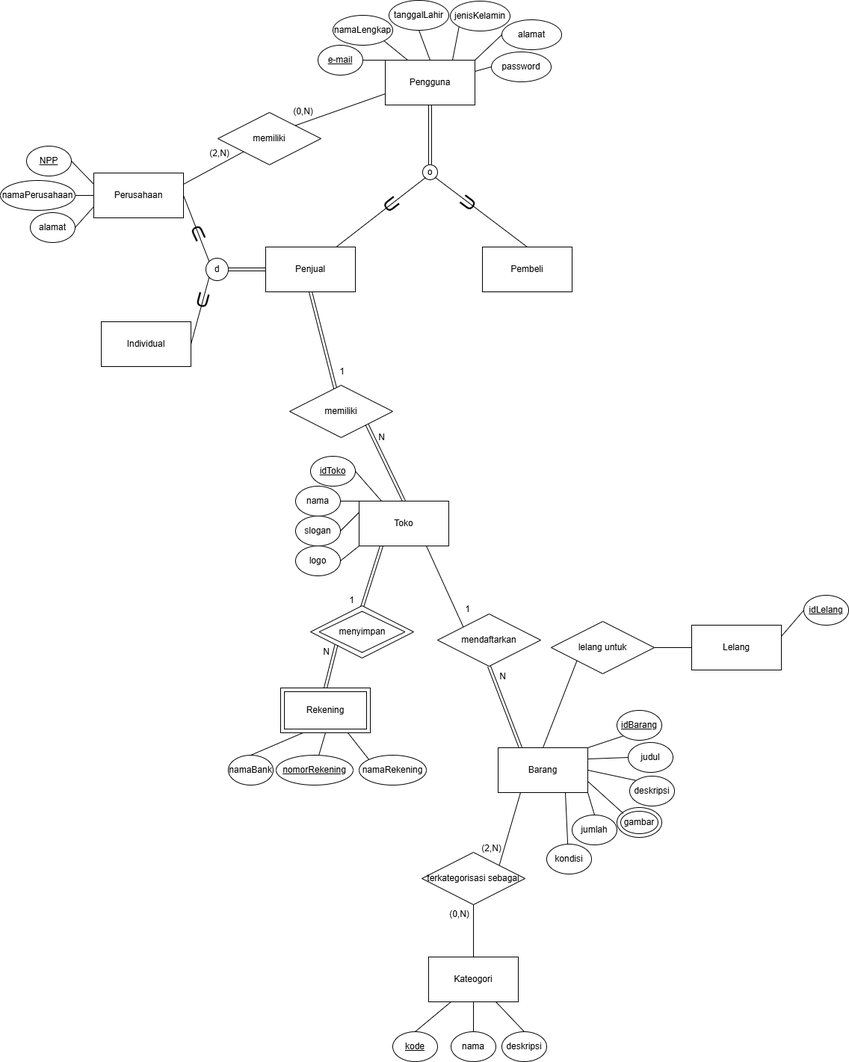
Earlier version of the draw.io export ti1_basdat.drawio.png (anthef/anthef). Source tidied: cells renumbered, new cells last; positions are measured from the earlier drawing's top-left corner, leaving out a move shared by most shapes.
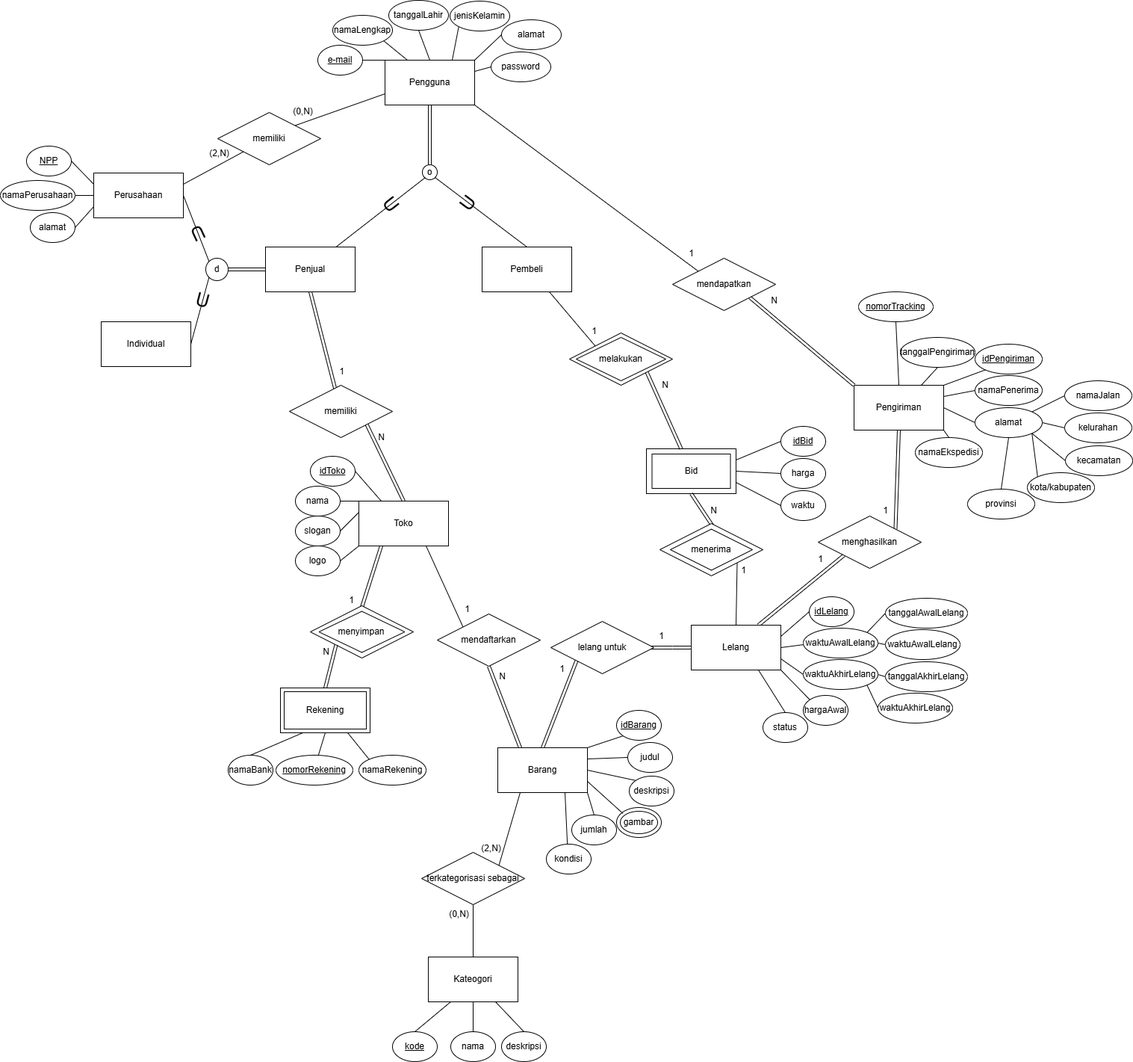
Above is the later version.

What changed in the source:
```diff
@@ -59,6 +59,9 @@
     <mxCell id="20" value="Penjual" style="rounded=0;whiteSpace=wrap;html=1;" parent="1" vertex="1">
       <mxGeometry x="355" y="330" width="120" height="60" as="geometry" />
     </mxCell>
+    <mxCell id="110" style="rounded=0;jettySize=auto;html=1;exitX=0.75;exitY=1;exitDx=0;exitDy=0;entryX=0;entryY=0;entryDx=0;entryDy=0;endArrow=none;startFill=0;" parent="1" edge="1" source="21" target="141">
+      <mxGeometry relative="1" as="geometry" />
+    </mxCell>
     <mxCell id="21" value="Pembeli" style="rounded=0;whiteSpace=wrap;html=1;" parent="1" vertex="1">
       <mxGeometry x="645" y="330" width="120" height="60" as="geometry" />
     </mxCell>
@@ -244,7 +247,7 @@
     <mxCell id="80" style="rounded=0;jettySize=auto;html=1;exitX=0.25;exitY=1;exitDx=0;exitDy=0;entryX=1;entryY=0;entryDx=0;entryDy=0;endArrow=none;startFill=0;" parent="1" edge="1" source="82" target="94">
       <mxGeometry relative="1" as="geometry" />
     </mxCell>
-    <mxCell id="81" style="rounded=0;jettySize=auto;html=1;exitX=0.5;exitY=0;exitDx=0;exitDy=0;entryX=0;entryY=1;entryDx=0;entryDy=0;endArrow=none;startFill=0;" parent="1" edge="1" source="82" target="106">
+    <mxCell id="81" style="rounded=0;jettySize=auto;html=1;exitX=0.5;exitY=0;exitDx=0;exitDy=0;entryX=0;entryY=1;entryDx=0;entryDy=0;endArrow=none;startFill=0;shape=link;" parent="1" edge="1" source="82" target="106">
       <mxGeometry relative="1" as="geometry" />
     </mxCell>
     <mxCell id="82" value="Barang" style="rounded=0;whiteSpace=wrap;html=1;" parent="1" vertex="1">
@@ -316,7 +319,7 @@
     <mxCell id="104" value="deskripsi" style="ellipse;whiteSpace=wrap;html=1;" parent="1" vertex="1">
       <mxGeometry x="671" y="1380" width="60" height="40" as="geometry" />
     </mxCell>
-    <mxCell id="105" style="edgeStyle=orthogonalEdgeStyle;rounded=0;jettySize=auto;html=1;exitX=1;exitY=0.5;exitDx=0;exitDy=0;entryX=0;entryY=0.5;entryDx=0;entryDy=0;endArrow=none;startFill=0;" parent="1" edge="1" source="106" target="108">
+    <mxCell id="105" style="edgeStyle=orthogonalEdgeStyle;rounded=0;jettySize=auto;html=1;exitX=0.968;exitY=0.501;exitDx=0;exitDy=0;entryX=0;entryY=0.5;entryDx=0;entryDy=0;endArrow=none;startFill=0;shape=link;exitPerimeter=0;" parent="1" edge="1" source="106" target="108">
       <mxGeometry relative="1" as="geometry" />
     </mxCell>
     <mxCell id="106" value="lelang untuk" style="rhombus;whiteSpace=wrap;html=1;" parent="1" vertex="1">
@@ -325,11 +328,221 @@
     <mxCell id="107" style="rounded=0;jettySize=auto;html=1;exitX=1;exitY=0.25;exitDx=0;exitDy=0;entryX=0;entryY=0.5;entryDx=0;entryDy=0;endArrow=none;startFill=0;" parent="1" edge="1" source="108" target="109">
       <mxGeometry relative="1" as="geometry" />
     </mxCell>
+    <mxCell id="111" style="rounded=0;jettySize=auto;html=1;exitX=1;exitY=0.5;exitDx=0;exitDy=0;endArrow=none;startFill=0;" parent="1" edge="1" source="108" target="118">
+      <mxGeometry relative="1" as="geometry" />
+    </mxCell>
+    <mxCell id="112" style="rounded=0;jettySize=auto;html=1;exitX=1;exitY=0.75;exitDx=0;exitDy=0;entryX=0;entryY=0.5;entryDx=0;entryDy=0;endArrow=none;startFill=0;" parent="1" edge="1" source="108" target="121">
+      <mxGeometry relative="1" as="geometry" />
+    </mxCell>
+    <mxCell id="109" value="&lt;u&gt;idLelang&lt;/u&gt;" style="ellipse;whiteSpace=wrap;html=1;" parent="1" vertex="1">
+      <mxGeometry x="1083" y="798" width="60" height="40" as="geometry" />
+    </mxCell>
+    <mxCell id="113" style="rounded=0;jettySize=auto;html=1;exitX=0.75;exitY=1;exitDx=0;exitDy=0;entryX=0.5;entryY=0;entryDx=0;entryDy=0;endArrow=none;startFill=0;" parent="1" edge="1" source="108" target="124">
+      <mxGeometry relative="1" as="geometry" />
+    </mxCell>
+    <mxCell id="114" style="rounded=0;jettySize=auto;html=1;exitX=1;exitY=0;exitDx=0;exitDy=0;entryX=0;entryY=0.5;entryDx=0;entryDy=0;endArrow=none;startFill=0;" parent="1" edge="1" source="118" target="125">
+      <mxGeometry relative="1" as="geometry" />
+    </mxCell>
+    <mxCell id="115" style="rounded=0;jettySize=auto;html=1;exitX=0.5;exitY=0;exitDx=0;exitDy=0;entryX=1;entryY=1;entryDx=0;entryDy=0;endArrow=none;startFill=0;" parent="1" edge="1" source="108" target="136">
+      <mxGeometry relative="1" as="geometry" />
+    </mxCell>
+    <mxCell id="116" style="rounded=0;jettySize=auto;html=1;exitX=1;exitY=0.5;exitDx=0;exitDy=0;entryX=0;entryY=0.5;entryDx=0;entryDy=0;endArrow=none;startFill=0;" parent="1" edge="1" source="118" target="126">
+      <mxGeometry relative="1" as="geometry" />
+    </mxCell>
+    <mxCell id="117" style="rounded=0;jettySize=auto;html=1;entryX=0;entryY=1;entryDx=0;entryDy=0;endArrow=none;startFill=0;shape=link;exitX=0.75;exitY=0;exitDx=0;exitDy=0;" parent="1" edge="1" source="108" target="150">
+      <mxGeometry relative="1" as="geometry" />
+    </mxCell>
+    <mxCell id="118" value="waktuAwalLelang" style="ellipse;whiteSpace=wrap;html=1;" parent="1" vertex="1">
+      <mxGeometry x="1075" y="840" width="100" height="40" as="geometry" />
+    </mxCell>
     <mxCell id="108" value="Lelang" style="rounded=0;whiteSpace=wrap;html=1;" parent="1" vertex="1">
       <mxGeometry x="925" y="836" width="120" height="60" as="geometry" />
     </mxCell>
-    <mxCell id="109" value="&lt;u&gt;idLelang&lt;/u&gt;" style="ellipse;whiteSpace=wrap;html=1;" parent="1" vertex="1">
-      <mxGeometry x="1075" y="796" width="60" height="40" as="geometry" />
-    </mxCell>
+    <mxCell id="119" style="rounded=0;jettySize=auto;html=1;exitX=1;exitY=1;exitDx=0;exitDy=0;entryX=0;entryY=0.5;entryDx=0;entryDy=0;endArrow=none;startFill=0;" parent="1" edge="1" source="121" target="128">
+      <mxGeometry relative="1" as="geometry" />
+    </mxCell>
+    <mxCell id="120" style="rounded=0;jettySize=auto;html=1;exitX=1;exitY=0.5;exitDx=0;exitDy=0;entryX=0;entryY=0.5;entryDx=0;entryDy=0;endArrow=none;startFill=0;" parent="1" edge="1" source="121" target="127">
+      <mxGeometry relative="1" as="geometry" />
+    </mxCell>
+    <mxCell id="121" value="waktuAkhirLelang" style="ellipse;whiteSpace=wrap;html=1;" parent="1" vertex="1">
+      <mxGeometry x="1075" y="882" width="100" height="40" as="geometry" />
+    </mxCell>
+    <mxCell id="122" style="rounded=0;jettySize=auto;html=1;exitX=1;exitY=1;exitDx=0;exitDy=0;entryX=0;entryY=0;entryDx=0;entryDy=0;endArrow=none;startFill=0;" parent="1" edge="1" source="108" target="123">
+      <mxGeometry relative="1" as="geometry" />
+    </mxCell>
+    <mxCell id="123" value="hargaAwal" style="ellipse;whiteSpace=wrap;html=1;" parent="1" vertex="1">
+      <mxGeometry x="1075" y="930" width="60" height="40" as="geometry" />
+    </mxCell>
+    <mxCell id="124" value="status" style="ellipse;whiteSpace=wrap;html=1;" parent="1" vertex="1">
+      <mxGeometry x="1021" y="953" width="60" height="40" as="geometry" />
+    </mxCell>
+    <mxCell id="125" value="tanggalAwalLelang" style="ellipse;whiteSpace=wrap;html=1;" parent="1" vertex="1">
+      <mxGeometry x="1185" y="800" width="110" height="40" as="geometry" />
+    </mxCell>
+    <mxCell id="126" value="&lt;span&gt;waktuAwalLelang&lt;/span&gt;" style="ellipse;whiteSpace=wrap;html=1;fontStyle=0;" parent="1" vertex="1">
+      <mxGeometry x="1185" y="842" width="100" height="40" as="geometry" />
+    </mxCell>
+    <mxCell id="127" value="tanggalAkhirLelang" style="ellipse;whiteSpace=wrap;html=1;" parent="1" vertex="1">
+      <mxGeometry x="1185" y="885" width="110" height="40" as="geometry" />
+    </mxCell>
+    <mxCell id="128" value="waktuAkhirLelang" style="ellipse;whiteSpace=wrap;html=1;" parent="1" vertex="1">
+      <mxGeometry x="1175" y="927" width="100" height="40" as="geometry" />
+    </mxCell>
+    <mxCell id="129" value="1" style="text;html=1;align=center;verticalAlign=middle;strokeColor=none;fillColor=none;" parent="1" vertex="1">
+      <mxGeometry x="737" y="880" width="30" height="30" as="geometry" />
+    </mxCell>
+    <mxCell id="130" value="1" style="text;html=1;align=center;verticalAlign=middle;strokeColor=none;fillColor=none;" parent="1" vertex="1">
+      <mxGeometry x="870" y="836" width="30" height="30" as="geometry" />
+    </mxCell>
+    <mxCell id="131" style="rounded=0;jettySize=auto;html=1;exitX=1;exitY=0.25;exitDx=0;exitDy=0;entryX=0;entryY=0.5;entryDx=0;entryDy=0;endArrow=none;startFill=0;" parent="1" edge="1" source="134" target="139">
+      <mxGeometry relative="1" as="geometry" />
+    </mxCell>
+    <mxCell id="132" style="rounded=0;jettySize=auto;html=1;exitX=1;exitY=0.5;exitDx=0;exitDy=0;entryX=0;entryY=0.5;entryDx=0;entryDy=0;endArrow=none;startFill=0;" parent="1" edge="1" source="134" target="146">
+      <mxGeometry relative="1" as="geometry" />
+    </mxCell>
+    <mxCell id="133" style="rounded=0;jettySize=auto;html=1;exitX=1;exitY=0.75;exitDx=0;exitDy=0;entryX=0;entryY=0.5;entryDx=0;entryDy=0;endArrow=none;startFill=0;" parent="1" edge="1" source="134" target="148">
+      <mxGeometry relative="1" as="geometry" />
+    </mxCell>
+    <mxCell id="134" value="Bid" style="rounded=0;whiteSpace=wrap;html=1;" parent="1" vertex="1">
+      <mxGeometry x="865" y="600" width="120" height="60" as="geometry" />
+    </mxCell>
+    <mxCell id="135" style="rounded=0;jettySize=auto;html=1;exitX=0.515;exitY=0.056;exitDx=0;exitDy=0;entryX=0.5;entryY=1;entryDx=0;entryDy=0;endArrow=none;startFill=0;shape=link;exitPerimeter=0;" parent="1" edge="1" source="136" target="134">
+      <mxGeometry relative="1" as="geometry" />
+    </mxCell>
+    <mxCell id="136" value="menerima" style="rhombus;whiteSpace=wrap;html=1;" parent="1" vertex="1">
+      <mxGeometry x="883" y="700" width="138" height="70" as="geometry" />
+    </mxCell>
+    <mxCell id="137" value="1" style="text;html=1;align=center;verticalAlign=middle;strokeColor=none;fillColor=none;" parent="1" vertex="1">
+      <mxGeometry x="980" y="748" width="30" height="30" as="geometry" />
+    </mxCell>
+    <mxCell id="138" value="N" style="text;html=1;align=center;verticalAlign=middle;strokeColor=none;fillColor=none;" parent="1" vertex="1">
+      <mxGeometry x="940" y="668" width="30" height="30" as="geometry" />
+    </mxCell>
+    <mxCell id="139" value="&lt;u&gt;idBid&lt;/u&gt;" style="ellipse;whiteSpace=wrap;html=1;" parent="1" vertex="1">
+      <mxGeometry x="1045" y="570" width="60" height="40" as="geometry" />
+    </mxCell>
+    <mxCell id="140" style="rounded=0;jettySize=auto;html=1;exitX=1;exitY=1;exitDx=0;exitDy=0;endArrow=none;startFill=0;shape=link;" parent="1" edge="1" source="141" target="134">
+      <mxGeometry relative="1" as="geometry" />
+    </mxCell>
+    <mxCell id="141" value="melakukan" style="rhombus;whiteSpace=wrap;html=1;" parent="1" vertex="1">
+      <mxGeometry x="762" y="445" width="138" height="70" as="geometry" />
+    </mxCell>
+    <mxCell id="142" value="1" style="text;html=1;align=center;verticalAlign=middle;strokeColor=none;fillColor=none;" parent="1" vertex="1">
+      <mxGeometry x="780" y="428" width="30" height="30" as="geometry" />
+    </mxCell>
+    <mxCell id="143" value="N" style="text;html=1;align=center;verticalAlign=middle;strokeColor=none;fillColor=none;" parent="1" vertex="1">
+      <mxGeometry x="875" y="500" width="30" height="30" as="geometry" />
+    </mxCell>
+    <mxCell id="144" value="melakukan" style="rhombus;whiteSpace=wrap;html=1;" parent="1" vertex="1">
+      <mxGeometry x="771" y="451" width="120" height="58" as="geometry" />
+    </mxCell>
+    <mxCell id="145" value="Bid" style="rounded=0;whiteSpace=wrap;html=1;" parent="1" vertex="1">
+      <mxGeometry x="872.5" y="607" width="105" height="46" as="geometry" />
+    </mxCell>
+    <mxCell id="146" value="harga" style="ellipse;whiteSpace=wrap;html=1;" parent="1" vertex="1">
+      <mxGeometry x="1045" y="613" width="60" height="40" as="geometry" />
+    </mxCell>
+    <mxCell id="147" value="menerima" style="rhombus;whiteSpace=wrap;html=1;" parent="1" vertex="1">
+      <mxGeometry x="897" y="707.5" width="110" height="55" as="geometry" />
+    </mxCell>
+    <mxCell id="148" value="waktu" style="ellipse;whiteSpace=wrap;html=1;" parent="1" vertex="1">
+      <mxGeometry x="1045" y="656" width="60" height="40" as="geometry" />
+    </mxCell>
+    <mxCell id="149" style="rounded=0;jettySize=auto;html=1;exitX=1;exitY=0;exitDx=0;exitDy=0;entryX=0.5;entryY=1;entryDx=0;entryDy=0;shape=link;" parent="1" edge="1" source="150" target="158">
+      <mxGeometry relative="1" as="geometry" />
+    </mxCell>
+    <mxCell id="150" value="menghasilkan" style="rhombus;whiteSpace=wrap;html=1;" parent="1" vertex="1">
+      <mxGeometry x="1095" y="690" width="138" height="70" as="geometry" />
+    </mxCell>
+    <mxCell id="151" style="rounded=0;jettySize=auto;html=1;exitX=1;exitY=0.25;exitDx=0;exitDy=0;entryX=0;entryY=0.5;entryDx=0;entryDy=0;endArrow=none;startFill=0;" parent="1" edge="1" source="158" target="161">
+      <mxGeometry relative="1" as="geometry" />
+    </mxCell>
+    <mxCell id="152" style="rounded=0;jettySize=auto;html=1;exitX=1;exitY=0.5;exitDx=0;exitDy=0;entryX=0;entryY=0.5;entryDx=0;entryDy=0;endArrow=none;startFill=0;" parent="1" edge="1" source="158" target="163">
+      <mxGeometry relative="1" as="geometry" />
+    </mxCell>
+    <mxCell id="153" style="rounded=0;jettySize=auto;html=1;exitX=1;exitY=0;exitDx=0;exitDy=0;entryX=0;entryY=1;entryDx=0;entryDy=0;endArrow=none;startFill=0;" parent="1" edge="1" source="158" target="173">
+      <mxGeometry relative="1" as="geometry" />
+    </mxCell>
+    <mxCell id="154" style="rounded=0;jettySize=auto;html=1;exitX=0.75;exitY=0;exitDx=0;exitDy=0;entryX=0.5;entryY=1;entryDx=0;entryDy=0;endArrow=none;startFill=0;" parent="1" edge="1" source="158" target="174">
+      <mxGeometry relative="1" as="geometry" />
+    </mxCell>
+    <mxCell id="155" style="rounded=0;jettySize=auto;html=1;exitX=1;exitY=1;exitDx=0;exitDy=0;entryX=0.5;entryY=0;entryDx=0;entryDy=0;endArrow=none;startFill=0;" parent="1" edge="1" source="158" target="175">
+      <mxGeometry relative="1" as="geometry" />
+    </mxCell>
+    <mxCell id="156" style="rounded=0;jettySize=auto;html=1;exitX=0.5;exitY=0;exitDx=0;exitDy=0;entryX=0.5;entryY=1;entryDx=0;entryDy=0;endArrow=none;startFill=0;" parent="1" edge="1" source="158" target="176">
+      <mxGeometry relative="1" as="geometry" />
+    </mxCell>
+    <mxCell id="157" style="rounded=0;jettySize=auto;html=1;exitX=0;exitY=0;exitDx=0;exitDy=0;entryX=1;entryY=1;entryDx=0;entryDy=0;shape=link;" parent="1" edge="1" source="158" target="177">
+      <mxGeometry relative="1" as="geometry" />
+    </mxCell>
+    <mxCell id="158" value="Pengiriman" style="rounded=0;whiteSpace=wrap;html=1;" parent="1" vertex="1">
+      <mxGeometry x="1143" y="515" width="120" height="60" as="geometry" />
+    </mxCell>
+    <mxCell id="159" value="1" style="text;html=1;align=center;verticalAlign=middle;strokeColor=none;fillColor=none;" parent="1" vertex="1">
+      <mxGeometry x="1083" y="732.5" width="30" height="30" as="geometry" />
+    </mxCell>
+    <mxCell id="160" value="1" style="text;html=1;align=center;verticalAlign=middle;strokeColor=none;fillColor=none;" parent="1" vertex="1">
+      <mxGeometry x="1170" y="668" width="30" height="30" as="geometry" />
+    </mxCell>
+    <mxCell id="161" value="namaPenerima" style="ellipse;whiteSpace=wrap;html=1;" parent="1" vertex="1">
+      <mxGeometry x="1305" y="502" width="90" height="40" as="geometry" />
+    </mxCell>
+    <mxCell id="162" style="rounded=0;jettySize=auto;html=1;exitX=1;exitY=0;exitDx=0;exitDy=0;entryX=0;entryY=0.5;entryDx=0;entryDy=0;endArrow=none;startFill=0;" parent="1" edge="1" source="163" target="164">
+      <mxGeometry relative="1" as="geometry" />
+    </mxCell>
+    <mxCell id="163" value="alamat" style="ellipse;whiteSpace=wrap;html=1;" parent="1" vertex="1">
+      <mxGeometry x="1305" y="545" width="90" height="40" as="geometry" />
+    </mxCell>
+    <mxCell id="164" value="namaJalan" style="ellipse;whiteSpace=wrap;html=1;" parent="1" vertex="1">
+      <mxGeometry x="1425" y="509" width="90" height="40" as="geometry" />
+    </mxCell>
+    <mxCell id="165" style="rounded=0;jettySize=auto;html=1;exitX=0;exitY=0.5;exitDx=0;exitDy=0;entryX=1;entryY=0.5;entryDx=0;entryDy=0;endArrow=none;startFill=0;" parent="1" edge="1" source="166" target="163">
+      <mxGeometry relative="1" as="geometry" />
+    </mxCell>
+    <mxCell id="166" value="kelurahan" style="ellipse;whiteSpace=wrap;html=1;" parent="1" vertex="1">
+      <mxGeometry x="1425" y="552" width="90" height="40" as="geometry" />
+    </mxCell>
+    <mxCell id="167" style="rounded=0;jettySize=auto;html=1;exitX=0;exitY=0.5;exitDx=0;exitDy=0;entryX=1;entryY=1;entryDx=0;entryDy=0;endArrow=none;startFill=0;" parent="1" edge="1" source="168" target="163">
+      <mxGeometry relative="1" as="geometry" />
+    </mxCell>
+    <mxCell id="168" value="kecamatan" style="ellipse;whiteSpace=wrap;html=1;" parent="1" vertex="1">
+      <mxGeometry x="1426" y="596" width="90" height="40" as="geometry" />
+    </mxCell>
+    <mxCell id="169" style="rounded=0;jettySize=auto;html=1;exitX=0;exitY=0;exitDx=0;exitDy=0;entryX=1;entryY=1;entryDx=0;entryDy=0;endArrow=none;startFill=0;" parent="1" edge="1" source="170" target="163">
+      <mxGeometry relative="1" as="geometry" />
+    </mxCell>
+    <mxCell id="170" value="kota/kabupaten" style="ellipse;whiteSpace=wrap;html=1;" parent="1" vertex="1">
+      <mxGeometry x="1375" y="632" width="90" height="40" as="geometry" />
+    </mxCell>
+    <mxCell id="171" style="rounded=0;jettySize=auto;html=1;exitX=0.5;exitY=0;exitDx=0;exitDy=0;entryX=0.5;entryY=1;entryDx=0;entryDy=0;endArrow=none;startFill=0;" parent="1" edge="1" source="172" target="163">
+      <mxGeometry relative="1" as="geometry" />
+    </mxCell>
+    <mxCell id="172" value="provinsi" style="ellipse;whiteSpace=wrap;html=1;" parent="1" vertex="1">
+      <mxGeometry x="1295" y="654" width="90" height="40" as="geometry" />
+    </mxCell>
+    <mxCell id="173" value="&lt;u&gt;idPengiriman&lt;/u&gt;" style="ellipse;whiteSpace=wrap;html=1;" parent="1" vertex="1">
+      <mxGeometry x="1305" y="460" width="90" height="40" as="geometry" />
+    </mxCell>
+    <mxCell id="174" value="tanggalPengiriman" style="ellipse;whiteSpace=wrap;html=1;" parent="1" vertex="1">
+      <mxGeometry x="1205" y="451" width="100" height="40" as="geometry" />
+    </mxCell>
+    <mxCell id="175" value="namaEkspedisi" style="ellipse;whiteSpace=wrap;html=1;" parent="1" vertex="1">
+      <mxGeometry x="1225" y="585" width="90" height="40" as="geometry" />
+    </mxCell>
+    <mxCell id="176" value="&lt;u&gt;nomorTracking&lt;/u&gt;" style="ellipse;whiteSpace=wrap;html=1;" parent="1" vertex="1">
+      <mxGeometry x="1149" y="390" width="100" height="40" as="geometry" />
+    </mxCell>
+    <mxCell id="177" value="mendapatkan" style="rhombus;whiteSpace=wrap;html=1;" parent="1" vertex="1">
+      <mxGeometry x="900" y="345" width="138" height="70" as="geometry" />
+    </mxCell>
+    <mxCell id="178" value="1" style="text;html=1;align=center;verticalAlign=middle;strokeColor=none;fillColor=none;" parent="1" vertex="1">
+      <mxGeometry x="910" y="324" width="30" height="30" as="geometry" />
+    </mxCell>
+    <mxCell id="179" value="N" style="text;html=1;align=center;verticalAlign=middle;strokeColor=none;fillColor=none;" parent="1" vertex="1">
+      <mxGeometry x="1021" y="387" width="30" height="30" as="geometry" />
+    </mxCell>
+    <mxCell id="180" style="rounded=0;jettySize=auto;html=1;exitX=1;exitY=1;exitDx=0;exitDy=0;entryX=0;entryY=0;entryDx=0;entryDy=0;endArrow=none;startFill=0;" parent="1" edge="1" source="9" target="177">
+      <mxGeometry relative="1" as="geometry" />
+    </mxCell>
   </root>
 </mxGraphModel>
```
